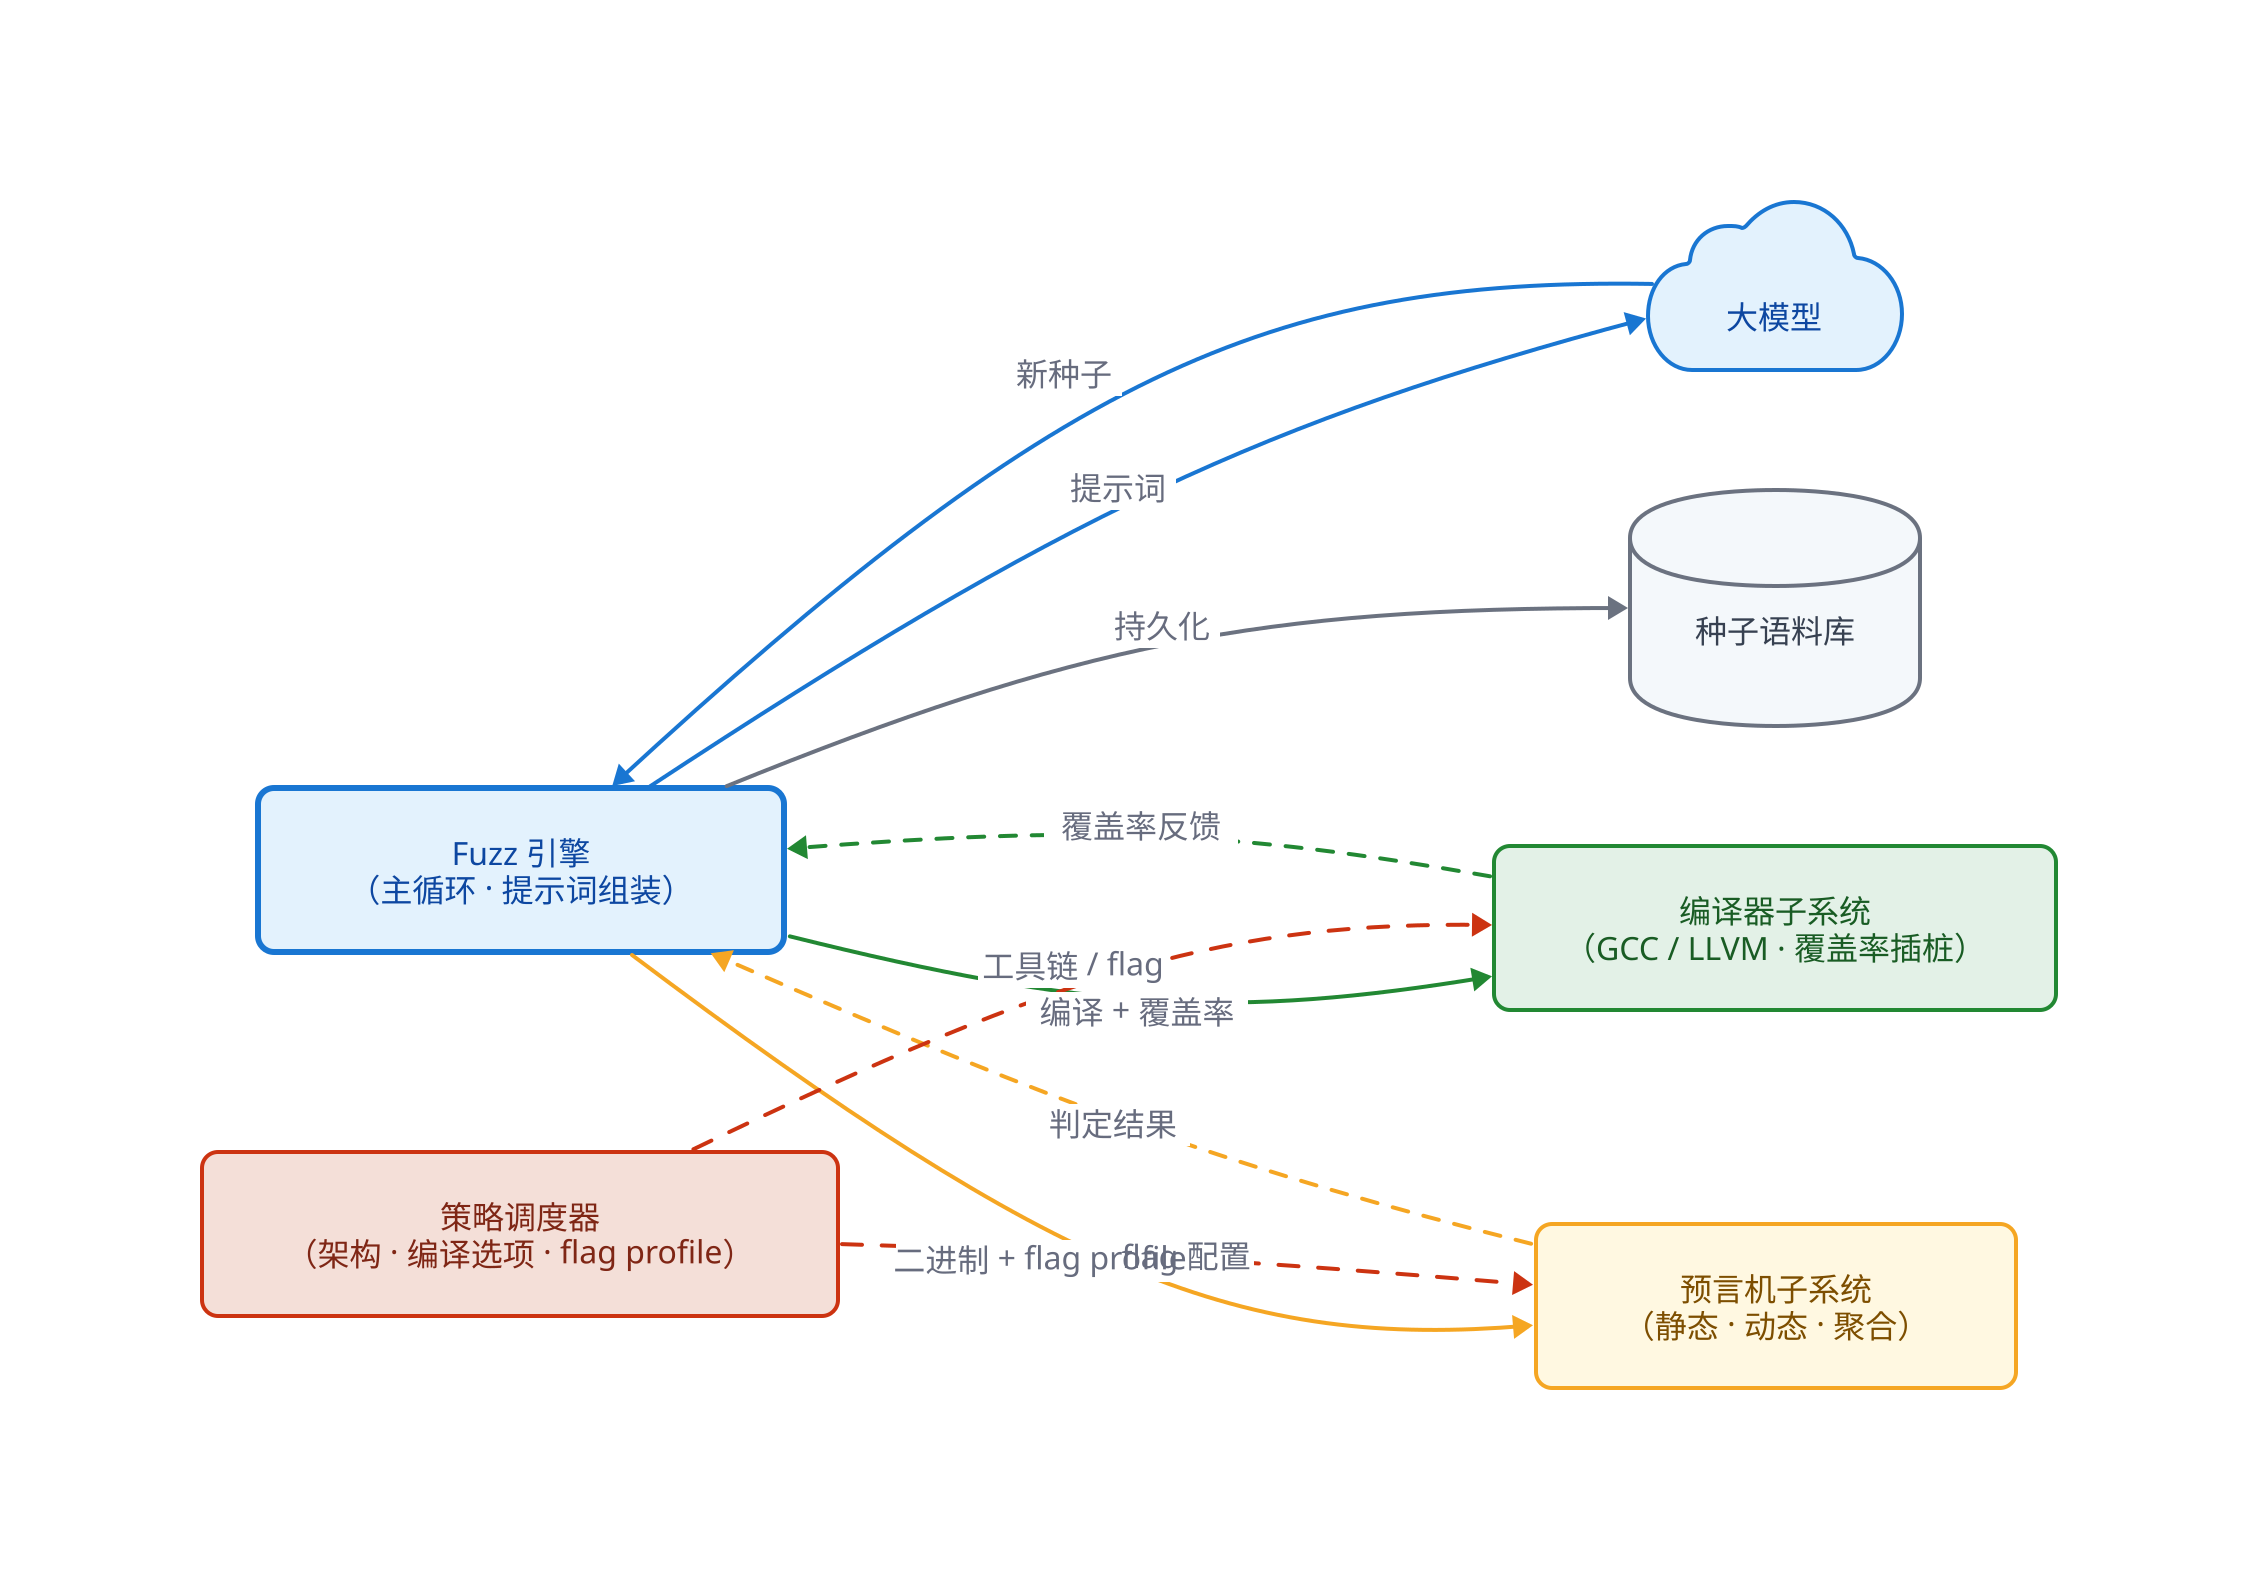
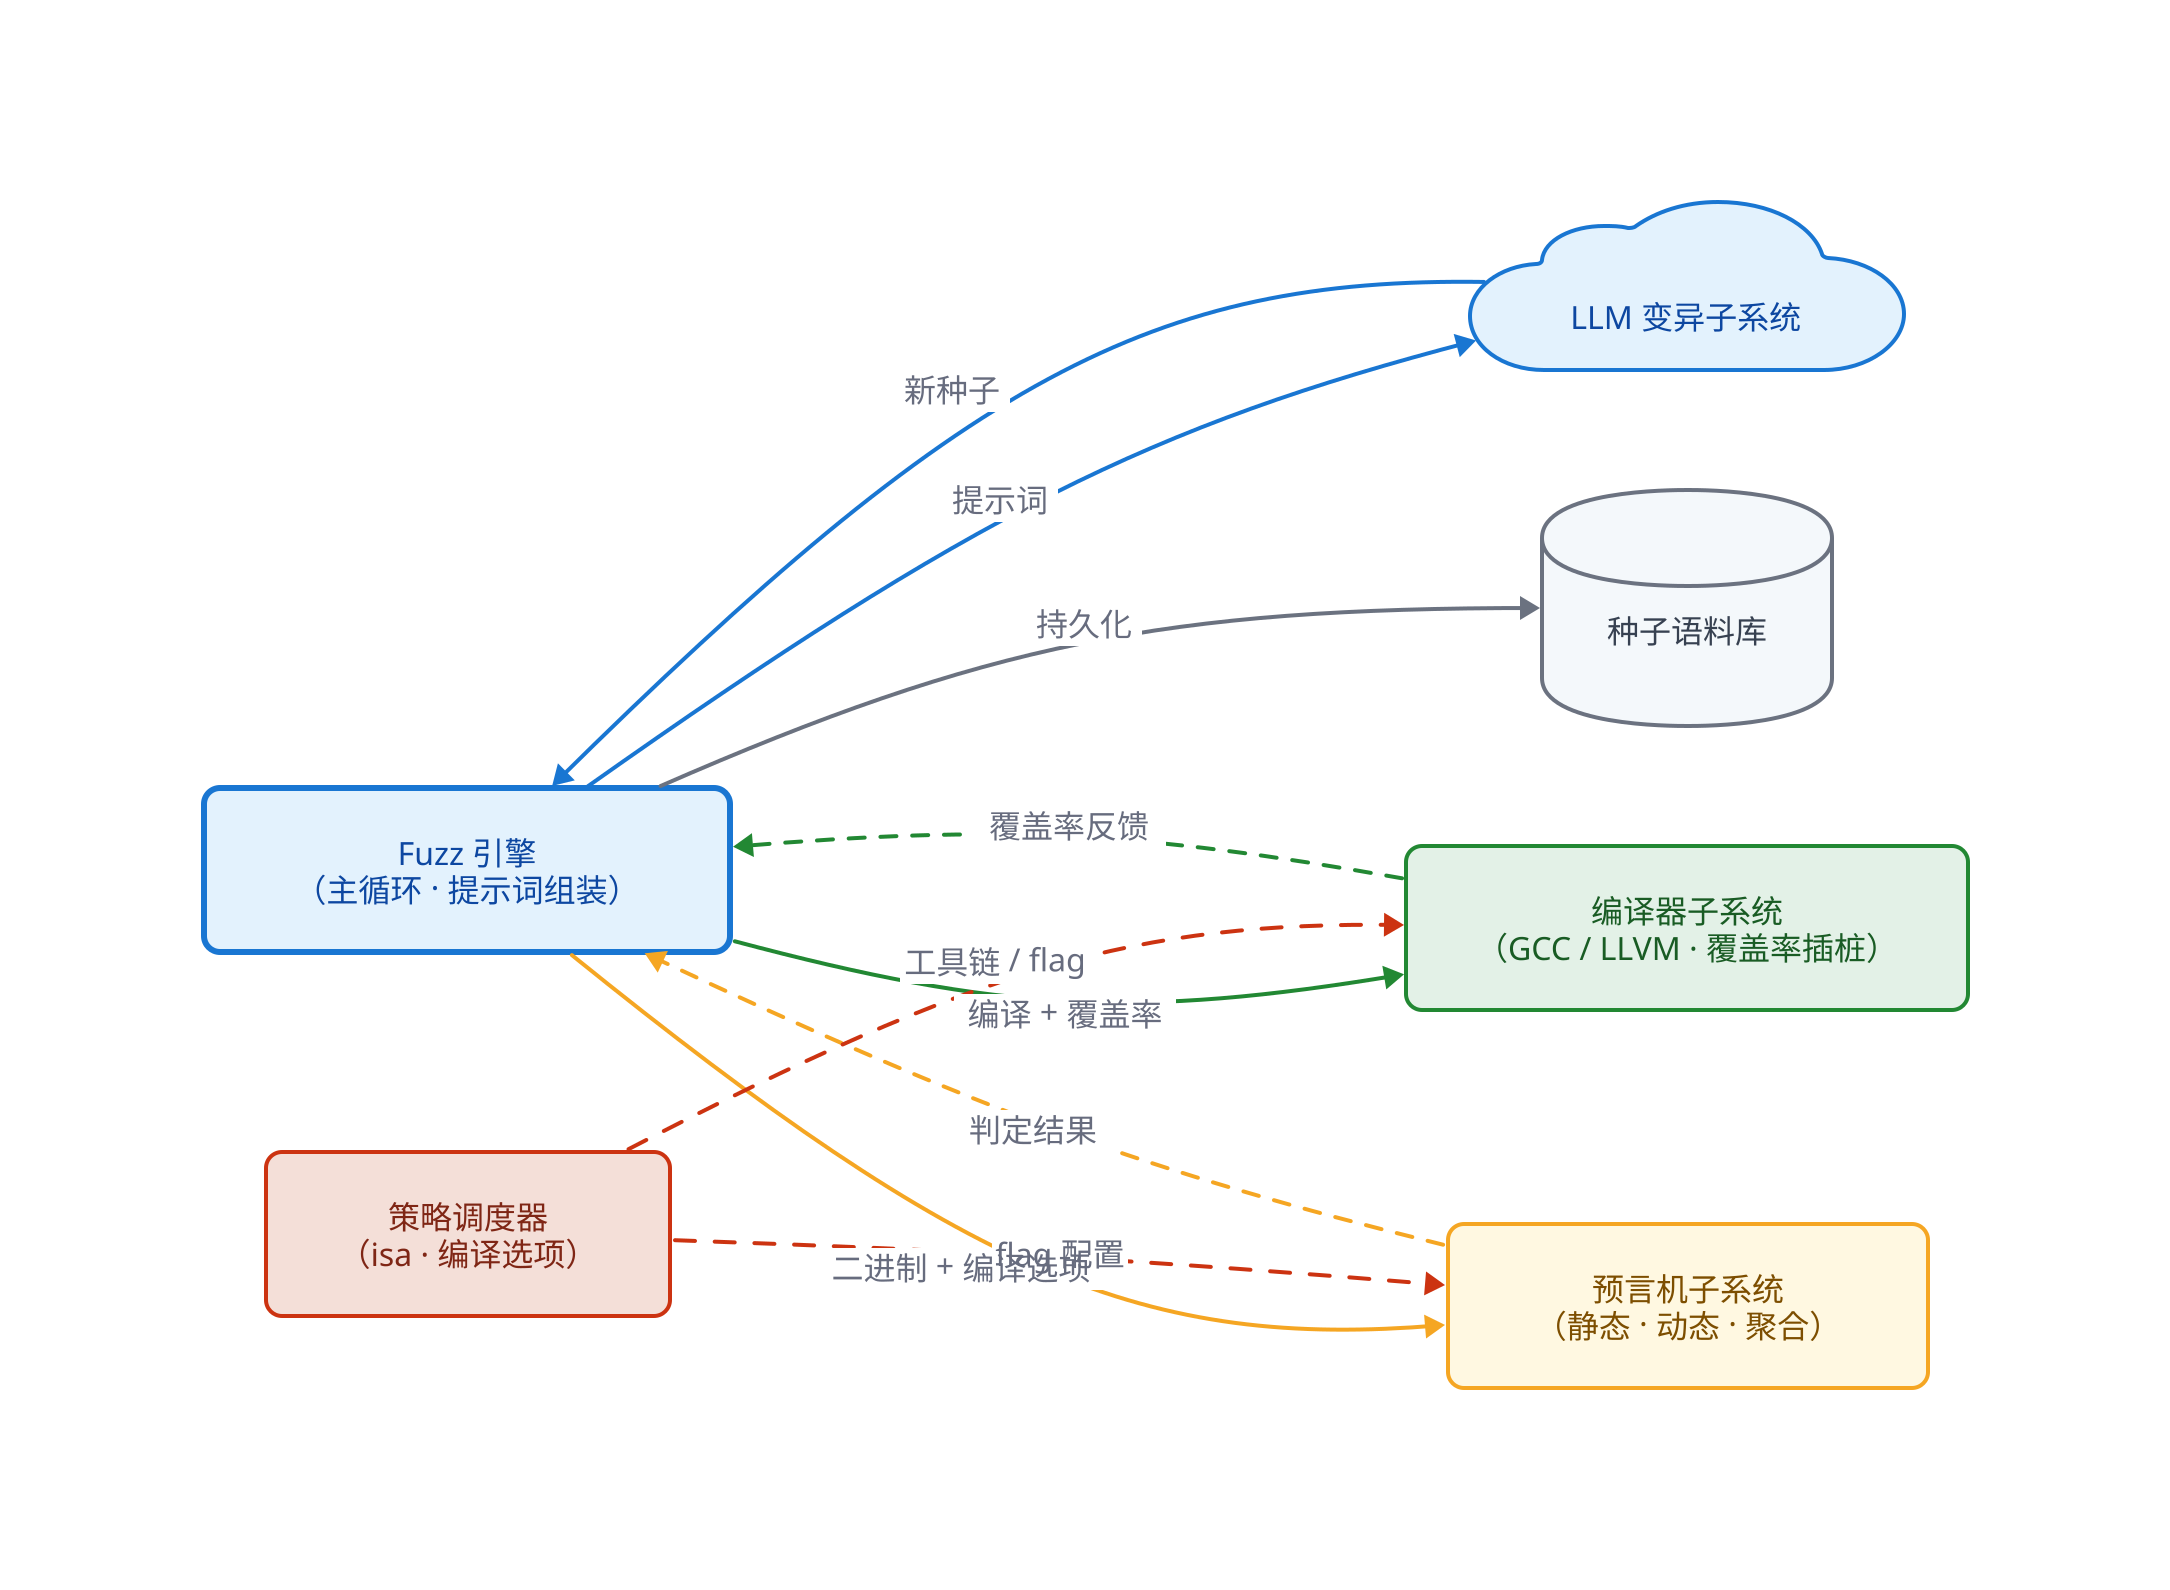
# 图 4 — DeFuzz 总体架构（中文版）
# 渲染：d2 --layout=elk --pad=24 architecture.zh.d2 architecture.zh.svg
# 节点收紧：仅保留 引擎 / 编译器 / 大模型 / 预言机 / 语料库 / 调度器 6 个核心模块。

direction: right

engine: "Fuzz 引擎\n（主循环 · 提示词组装）" {
  style: {
    fill: "#E3F2FD"; stroke: "#1976D2"; stroke-width: 3
    font-color: "#0D47A1"; border-radius: 8; bold: true
  }
}

- llm: "大模型" {
+ llm: "LLM 变异子系统" {
  shape: cloud
  style: {
    fill: "#E3F2FD"; stroke: "#1976D2"; stroke-width: 2
    font-color: "#0D47A1"; bold: true
  }
}

compiler: "编译器子系统\n（GCC / LLVM · 覆盖率插桩）" {
  style: {
    fill: "#E3F1E7"; stroke: "#228833"; stroke-width: 2
    font-color: "#195C24"; border-radius: 8
  }
}

oracle: "预言机子系统\n（静态 · 动态 · 聚合）" {
  style: {
    fill: "#FFF8E1"; stroke: "#F5A623"; stroke-width: 2
    font-color: "#7D4E00"; border-radius: 8
  }
}

corpus: "种子语料库" {
  shape: cylinder
  style: {
    fill: "#F4F8FB"; stroke: "#6B7280"; stroke-width: 2
    font-color: "#374151"; bold: true
  }
}

- scheduler: "策略调度器\n（架构 · 编译选项 · flag profile）" {
+ scheduler: "策略调度器\n（isa · 编译选项）" {
  style: {
    fill: "#F4DFD8"; stroke: "#CC3311"; stroke-width: 2
    font-color: "#7F2615"; border-radius: 8
  }
}

engine -> llm: "提示词" { style: { stroke: "#1976D2"; stroke-width: 2 } }
llm -> engine: "新种子" { style: { stroke: "#1976D2"; stroke-width: 2 } }

engine -> compiler: "编译 + 覆盖率" { style: { stroke: "#228833"; stroke-width: 2 } }
compiler -> engine: "覆盖率反馈" { style: { stroke: "#228833"; stroke-width: 2; stroke-dash: 4 } }

- engine -> oracle: "二进制 + flag profile" { style: { stroke: "#F5A623"; stroke-width: 2 } }
+ engine -> oracle: "二进制 + 编译选项" { style: { stroke: "#F5A623"; stroke-width: 2 } }
oracle -> engine: "判定结果" { style: { stroke: "#F5A623"; stroke-width: 2; stroke-dash: 4 } }

engine -> corpus: "持久化" { style: { stroke: "#6B7280"; stroke-width: 2 } }

scheduler -> compiler: "工具链 / flag" { style: { stroke: "#CC3311"; stroke-width: 2; stroke-dash: 5 } }
scheduler -> oracle: "flag 配置" { style: { stroke: "#CC3311"; stroke-width: 2; stroke-dash: 5 } }
